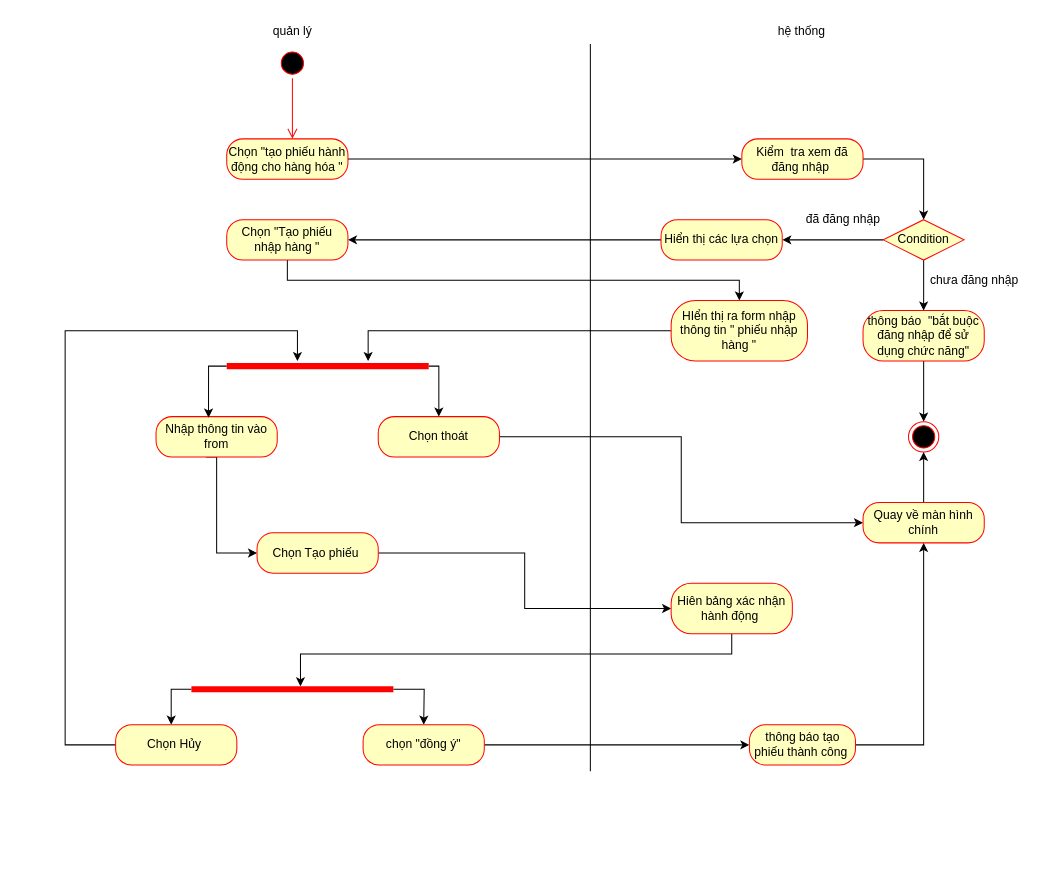
Above: page "Tao phieu nhap" (12 of 17) of Untitled Diagram.drawio in sonha1/aaaa (draw.io), before the change. Source tidied: cells renumbered, new cells numbered last; positions are measured from the earlier drawing's top-left corner, leaving out a move shared by most shapes. Both pictures are drawn from the tidied source at 101%, with x=0, y=0 at pixel (65, 17).
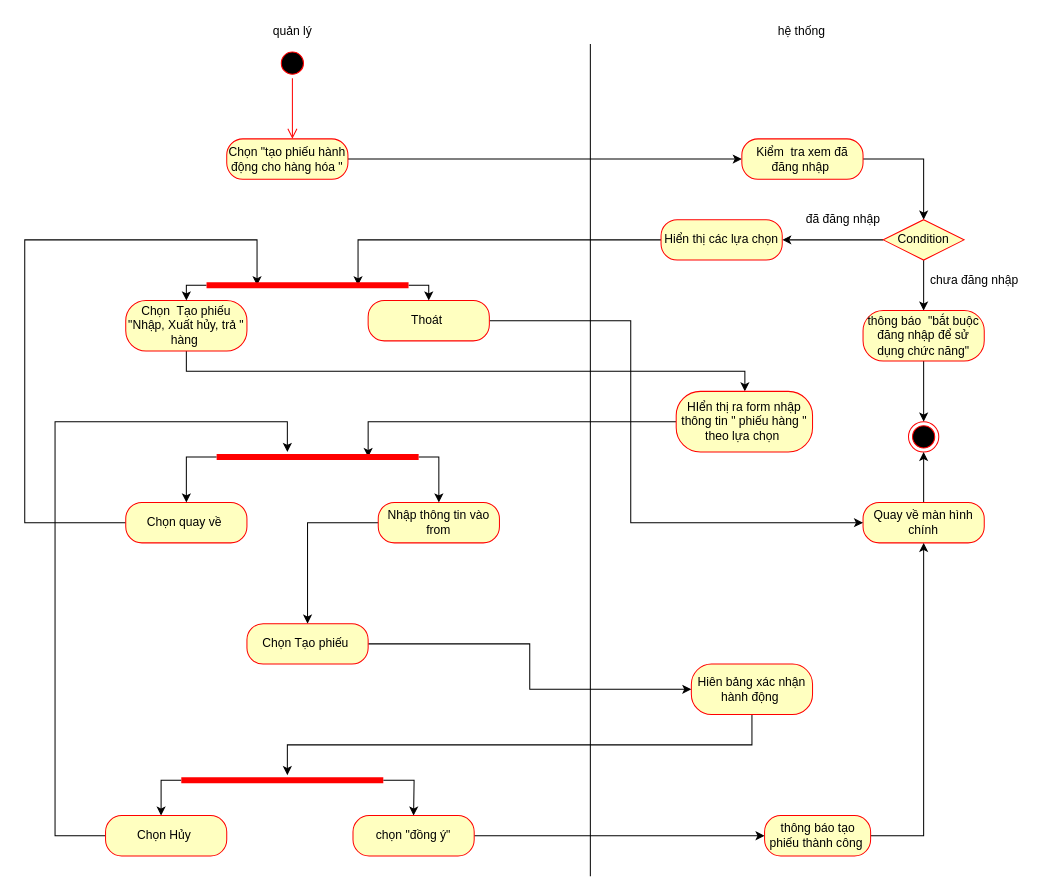
Above is the later version.

Unchanged cells that the change refers to:
```xml
<mxCell id="15" value="Hiển thị các lựa chọn" style="rounded=1;whiteSpace=wrap;html=1;arcSize=40;fontColor=#000000;fillColor=#ffffc0;strokeColor=#ff0000;" parent="1" vertex="1">
  <mxGeometry x="590" y="200" width="120" height="40" as="geometry" />
</mxCell>
<mxCell id="30" value="Quay về màn hình chính" style="rounded=1;whiteSpace=wrap;html=1;arcSize=40;fontColor=#000000;fillColor=#ffffc0;strokeColor=#ff0000;" parent="1" vertex="1">
  <mxGeometry x="790" y="480" width="120" height="40" as="geometry" />
</mxCell>
```

Diff of the diagram source:
```diff
@@
     <mxCell id="4" style="endArrow=none;html=1;edgeStyle=orthogonalEdgeStyle;rounded=0;" parent="1" edge="1">
       <mxGeometry relative="1" as="geometry">
-        <mxPoint x="520" y="746" as="sourcePoint" />
+        <mxPoint x="520" y="850" as="sourcePoint" />
         <mxPoint x="520" y="26" as="targetPoint" />
         <Array as="points">
           <mxPoint x="520" y="26" />
         </Array>
       </mxGeometry>
     </mxCell>
@@
-    <mxCell id="14" style="edgeStyle=orthogonalEdgeStyle;rounded=0;jettySize=auto;html=1;" parent="1" edge="1" source="15">
-      <mxGeometry relative="1" as="geometry">
-        <mxPoint x="280" y="220" as="targetPoint" />
-      </mxGeometry>
-    </mxCell>
+    <mxCell id="48" style="edgeStyle=orthogonalEdgeStyle;rounded=0;jettySize=auto;html=1;entryX=0.75;entryY=0.5;entryDx=0;entryDy=0;entryPerimeter=0;" parent="1" edge="1" source="15" target="54">
+      <mxGeometry relative="1" as="geometry">
+        <Array as="points">
+          <mxPoint x="290" y="220" />
+        </Array>
+      </mxGeometry>
+    </mxCell>
@@
-    <mxCell id="20" style="edgeStyle=orthogonalEdgeStyle;rounded=0;jettySize=auto;html=1;entryX=0.5;entryY=0;entryDx=0;entryDy=0;" parent="1" edge="1" source="21" target="23">
+    <mxCell id="20" style="edgeStyle=orthogonalEdgeStyle;rounded=0;jettySize=auto;html=1;" parent="1" edge="1" source="21" target="23">
       <mxGeometry relative="1" as="geometry">
         <Array as="points">
-          <mxPoint x="220" y="260" />
-          <mxPoint x="668" y="260" />
+          <mxPoint x="120" y="350" />
+          <mxPoint x="673" y="350" />
         </Array>
       </mxGeometry>
     </mxCell>
-    <mxCell id="21" value="Chọn &quot;Tạo phiếu nhập hàng &quot;" style="rounded=1;whiteSpace=wrap;html=1;arcSize=40;fontColor=#000000;fillColor=#ffffc0;strokeColor=#ff0000;" parent="1" vertex="1">
-      <mxGeometry x="160" y="200" width="120" height="40" as="geometry" />
+    <mxCell id="21" value="Chọn&amp;nbsp; Tạo phiếu &quot;Nhập, Xuất hủy, trả &quot; hàng&amp;nbsp;" style="rounded=1;whiteSpace=wrap;html=1;arcSize=40;fontColor=#000000;fillColor=#ffffc0;strokeColor=#ff0000;" parent="1" vertex="1">
+      <mxGeometry x="60" y="280" width="120" height="50" as="geometry" />
     </mxCell>
-    <mxCell id="22" style="edgeStyle=orthogonalEdgeStyle;rounded=0;jettySize=auto;html=1;" parent="1" edge="1" source="23" target="47">
+    <mxCell id="22" style="edgeStyle=orthogonalEdgeStyle;rounded=0;jettySize=auto;html=1;entryX=0.75;entryY=0.5;entryDx=0;entryDy=0;entryPerimeter=0;" parent="1" edge="1" source="23" target="47">
       <mxGeometry relative="1" as="geometry">
         <Array as="points">
-          <mxPoint x="300" y="310" />
+          <mxPoint x="300" y="400" />
         </Array>
       </mxGeometry>
     </mxCell>
-    <mxCell id="23" value="HIển thị ra form nhập thông tin &quot; phiếu nhập hàng &quot;" style="rounded=1;whiteSpace=wrap;html=1;arcSize=40;fontColor=#000000;fillColor=#ffffc0;strokeColor=#ff0000;" parent="1" vertex="1">
-      <mxGeometry x="600" y="280" width="135" height="60" as="geometry" />
+    <mxCell id="23" value="HIển thị ra form nhập thông tin &quot; phiếu hàng &quot; theo lựa chọn&amp;nbsp;" style="rounded=1;whiteSpace=wrap;html=1;arcSize=40;fontColor=#000000;fillColor=#ffffc0;strokeColor=#ff0000;" parent="1" vertex="1">
+      <mxGeometry x="605" y="370" width="135" height="60" as="geometry" />
     </mxCell>
-    <mxCell id="24" style="edgeStyle=orthogonalEdgeStyle;rounded=0;jettySize=auto;html=1;exitX=0.5;exitY=1;exitDx=0;exitDy=0;" parent="1" edge="1" source="26">
-      <mxGeometry relative="1" as="geometry">
-        <mxPoint x="140" y="400" as="targetPoint" />
-      </mxGeometry>
-    </mxCell>
-    <mxCell id="25" style="edgeStyle=orthogonalEdgeStyle;rounded=0;jettySize=auto;html=1;entryX=0;entryY=0.5;entryDx=0;entryDy=0;" parent="1" edge="1" source="26" target="32">
+    <mxCell id="25" style="edgeStyle=orthogonalEdgeStyle;rounded=0;jettySize=auto;html=1;" parent="1" edge="1" source="26" target="32">
       <mxGeometry relative="1" as="geometry" />
     </mxCell>
     <mxCell id="26" value="Nhập thông tin vào from" style="rounded=1;whiteSpace=wrap;html=1;arcSize=40;fontColor=#000000;fillColor=#ffffc0;strokeColor=#ff0000;" parent="1" vertex="1">
-      <mxGeometry x="90" y="395" width="120" height="40" as="geometry" />
+      <mxGeometry x="310" y="480" width="120" height="40" as="geometry" />
     </mxCell>
-    <mxCell id="27" style="edgeStyle=orthogonalEdgeStyle;rounded=0;jettySize=auto;html=1;entryX=0;entryY=0.5;entryDx=0;entryDy=0;" parent="1" edge="1" source="28" target="30">
-      <mxGeometry relative="1" as="geometry" />
-    </mxCell>
+    <mxCell id="49" style="edgeStyle=orthogonalEdgeStyle;rounded=0;jettySize=auto;html=1;entryX=0.25;entryY=0.5;entryDx=0;entryDy=0;entryPerimeter=0;" parent="1" edge="1" source="28" target="54">
+      <mxGeometry relative="1" as="geometry">
+        <Array as="points">
+          <mxPoint x="-40" y="500" />
+          <mxPoint x="-40" y="220" />
+          <mxPoint x="190" y="220" />
+        </Array>
+      </mxGeometry>
+    </mxCell>
-    <mxCell id="28" value="Chọn thoát" style="rounded=1;whiteSpace=wrap;html=1;arcSize=40;fontColor=#000000;fillColor=#ffffc0;strokeColor=#ff0000;" parent="1" vertex="1">
-      <mxGeometry x="310" y="395" width="120" height="40" as="geometry" />
+    <mxCell id="28" value="Chọn quay về&amp;nbsp;" style="rounded=1;whiteSpace=wrap;html=1;arcSize=40;fontColor=#000000;fillColor=#ffffc0;strokeColor=#ff0000;" parent="1" vertex="1">
+      <mxGeometry x="60" y="480" width="120" height="40" as="geometry" />
     </mxCell>
@@
     <mxCell id="32" value="Chọn Tạo phiếu&amp;nbsp;" style="rounded=1;whiteSpace=wrap;html=1;arcSize=40;fontColor=#000000;fillColor=#ffffc0;strokeColor=#ff0000;" parent="1" vertex="1">
-      <mxGeometry x="190" y="510" width="120" height="40" as="geometry" />
+      <mxGeometry x="180" y="600" width="120" height="40" as="geometry" />
     </mxCell>
-    <mxCell id="33" style="edgeStyle=orthogonalEdgeStyle;rounded=0;jettySize=auto;html=1;entryX=0.54;entryY=0.2;entryDx=0;entryDy=0;entryPerimeter=0;" parent="1" edge="1" source="34" target="38">
+    <mxCell id="33" style="edgeStyle=orthogonalEdgeStyle;rounded=0;jettySize=auto;html=1;entryX=0.525;entryY=0;entryDx=0;entryDy=0;entryPerimeter=0;" parent="1" edge="1" source="34" target="38">
       <mxGeometry relative="1" as="geometry">
         <Array as="points">
-          <mxPoint x="660" y="630" />
-          <mxPoint x="233" y="630" />
+          <mxPoint x="680" y="720" />
+          <mxPoint x="220" y="720" />
         </Array>
       </mxGeometry>
     </mxCell>
     <mxCell id="34" value="Hiên bảng xác nhận hành động&amp;nbsp;" style="rounded=1;whiteSpace=wrap;html=1;arcSize=40;fontColor=#000000;fillColor=#ffffc0;strokeColor=#ff0000;" parent="1" vertex="1">
-      <mxGeometry x="600" y="560" width="120" height="50" as="geometry" />
+      <mxGeometry x="620" y="640" width="120" height="50" as="geometry" />
     </mxCell>
@@
     <mxCell id="36" style="edgeStyle=orthogonalEdgeStyle;rounded=0;jettySize=auto;html=1;" parent="1" edge="1" source="38">
       <mxGeometry relative="1" as="geometry">
-        <mxPoint x="355" y="700" as="targetPoint" />
+        <mxPoint x="345" y="790" as="targetPoint" />
       </mxGeometry>
     </mxCell>
     <mxCell id="37" style="edgeStyle=orthogonalEdgeStyle;rounded=0;jettySize=auto;html=1;" parent="1" edge="1" source="38">
       <mxGeometry relative="1" as="geometry">
-        <mxPoint x="105" y="700" as="targetPoint" />
+        <mxPoint x="95" y="790" as="targetPoint" />
         <Array as="points">
-          <mxPoint x="105" y="665" />
+          <mxPoint x="95" y="755" />
         </Array>
       </mxGeometry>
     </mxCell>
     <mxCell id="38" style="shape=line;html=1;strokeWidth=6;strokeColor=#ff0000;" parent="1" vertex="1">
-      <mxGeometry x="125" y="660" width="200" height="10" as="geometry" />
+      <mxGeometry x="115" y="750" width="200" height="10" as="geometry" />
     </mxCell>
@@
     <mxCell id="40" value="chọn &quot;đồng ý&quot;" style="rounded=1;whiteSpace=wrap;html=1;arcSize=40;fontColor=#000000;fillColor=#ffffc0;strokeColor=#ff0000;" parent="1" vertex="1">
-      <mxGeometry x="295" y="700" width="120" height="40" as="geometry" />
+      <mxGeometry x="285" y="790" width="120" height="40" as="geometry" />
     </mxCell>
     <mxCell id="41" style="edgeStyle=orthogonalEdgeStyle;rounded=0;jettySize=auto;html=1;" parent="1" edge="1" source="42" target="47">
       <mxGeometry relative="1" as="geometry">
         <Array as="points">
-          <mxPoint y="720" />
-          <mxPoint y="310" />
-          <mxPoint x="230" y="310" />
+          <mxPoint x="-10" y="810" />
+          <mxPoint x="-10" y="400" />
+          <mxPoint x="220" y="400" />
         </Array>
       </mxGeometry>
     </mxCell>
     <mxCell id="42" value="Chọn Hủy&amp;nbsp;" style="rounded=1;whiteSpace=wrap;html=1;arcSize=40;fontColor=#000000;fillColor=#ffffc0;strokeColor=#ff0000;" parent="1" vertex="1">
-      <mxGeometry x="50" y="700" width="120" height="40" as="geometry" />
+      <mxGeometry x="40" y="790" width="120" height="40" as="geometry" />
     </mxCell>
     <mxCell id="43" style="edgeStyle=orthogonalEdgeStyle;rounded=0;jettySize=auto;html=1;entryX=0.5;entryY=1;entryDx=0;entryDy=0;" parent="1" edge="1" source="44" target="30">
       <mxGeometry relative="1" as="geometry">
         <Array as="points">
-          <mxPoint x="850" y="720" />
+          <mxPoint x="850" y="810" />
         </Array>
       </mxGeometry>
     </mxCell>
     <mxCell id="44" value="thông báo tạo phiếu thành công&amp;nbsp;" style="rounded=1;whiteSpace=wrap;html=1;arcSize=40;fontColor=#000000;fillColor=#ffffc0;strokeColor=#ff0000;" parent="1" vertex="1">
-      <mxGeometry x="677.5" y="700" width="105" height="40" as="geometry" />
+      <mxGeometry x="692.5" y="790" width="105" height="40" as="geometry" />
     </mxCell>
+    <mxCell id="46" style="edgeStyle=orthogonalEdgeStyle;rounded=0;jettySize=auto;html=1;entryX=0.5;entryY=0;entryDx=0;entryDy=0;" parent="1" edge="1" source="47" target="28">
+      <mxGeometry relative="1" as="geometry">
+        <Array as="points">
+          <mxPoint x="120" y="435" />
+        </Array>
+      </mxGeometry>
+    </mxCell>
-    <mxCell id="45" style="edgeStyle=orthogonalEdgeStyle;rounded=0;jettySize=auto;html=1;entryX=0.433;entryY=0.025;entryDx=0;entryDy=0;entryPerimeter=0;" parent="1" edge="1" source="47" target="26">
-      <mxGeometry relative="1" as="geometry">
-        <Array as="points">
-          <mxPoint x="142" y="345" />
-        </Array>
-      </mxGeometry>
+    <mxCell id="45" style="edgeStyle=orthogonalEdgeStyle;rounded=0;jettySize=auto;html=1;exitX=1;exitY=0.5;exitDx=0;exitDy=0;exitPerimeter=0;entryX=0.5;entryY=0;entryDx=0;entryDy=0;" parent="1" edge="1" source="47" target="26">
+      <mxGeometry relative="1" as="geometry" />
     </mxCell>
-    <mxCell id="46" style="edgeStyle=orthogonalEdgeStyle;rounded=0;jettySize=auto;html=1;entryX=0.5;entryY=0;entryDx=0;entryDy=0;" parent="1" edge="1" source="47" target="28">
-      <mxGeometry relative="1" as="geometry">
-        <Array as="points">
-          <mxPoint x="370" y="345" />
-        </Array>
-      </mxGeometry>
-    </mxCell>
     <mxCell id="47" style="shape=line;html=1;strokeWidth=6;strokeColor=#ff0000;" parent="1" vertex="1">
-      <mxGeometry x="160" y="340" width="200" height="10" as="geometry" />
+      <mxGeometry x="150" y="430" width="200" height="10" as="geometry" />
     </mxCell>
+    <mxCell id="50" style="edgeStyle=orthogonalEdgeStyle;rounded=0;jettySize=auto;html=1;entryX=0;entryY=0.5;entryDx=0;entryDy=0;" parent="1" edge="1" source="51" target="30">
+      <mxGeometry relative="1" as="geometry">
+        <Array as="points">
+          <mxPoint x="560" y="300" />
+          <mxPoint x="560" y="500" />
+        </Array>
+      </mxGeometry>
+    </mxCell>
+    <mxCell id="51" value="Thoát&amp;nbsp;" style="rounded=1;whiteSpace=wrap;html=1;arcSize=40;fontColor=#000000;fillColor=#ffffc0;strokeColor=#ff0000;" parent="1" vertex="1">
+      <mxGeometry x="300" y="280" width="120" height="40" as="geometry" />
+    </mxCell>
+    <mxCell id="52" style="edgeStyle=orthogonalEdgeStyle;rounded=0;jettySize=auto;html=1;entryX=0.5;entryY=0;entryDx=0;entryDy=0;" parent="1" edge="1" source="54" target="51">
+      <mxGeometry relative="1" as="geometry">
+        <Array as="points">
+          <mxPoint x="360" y="265" />
+        </Array>
+      </mxGeometry>
+    </mxCell>
+    <mxCell id="53" style="edgeStyle=orthogonalEdgeStyle;rounded=0;jettySize=auto;html=1;entryX=0.5;entryY=0;entryDx=0;entryDy=0;" parent="1" edge="1" source="54" target="21">
+      <mxGeometry relative="1" as="geometry">
+        <Array as="points">
+          <mxPoint x="120" y="265" />
+        </Array>
+      </mxGeometry>
+    </mxCell>
+    <mxCell id="54" style="shape=line;html=1;strokeWidth=6;strokeColor=#ff0000;" parent="1" vertex="1">
+      <mxGeometry x="140" y="260" width="200" height="10" as="geometry" />
+    </mxCell>
```
